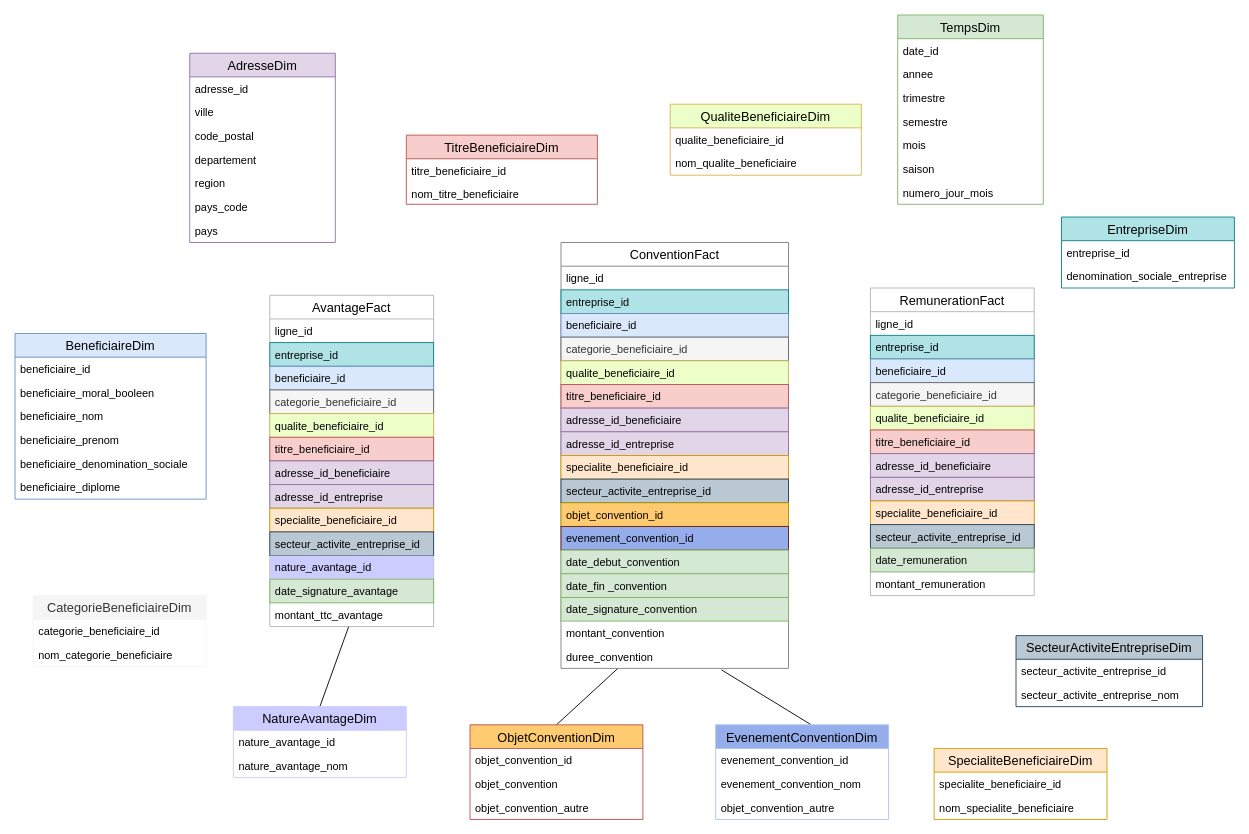
The draw.io diagram doc/img/src/DW_BI_4.drawio in DorianNaaji/Transparence-Sante, before the edit. Source tidied: cells renumbered, new cells numbered last; positions are measured from the earlier drawing's top-left corner, leaving out a move shared by most shapes. Both pictures are drawn from the tidied source at 91%, with x=0, y=0 at pixel (15, 15).
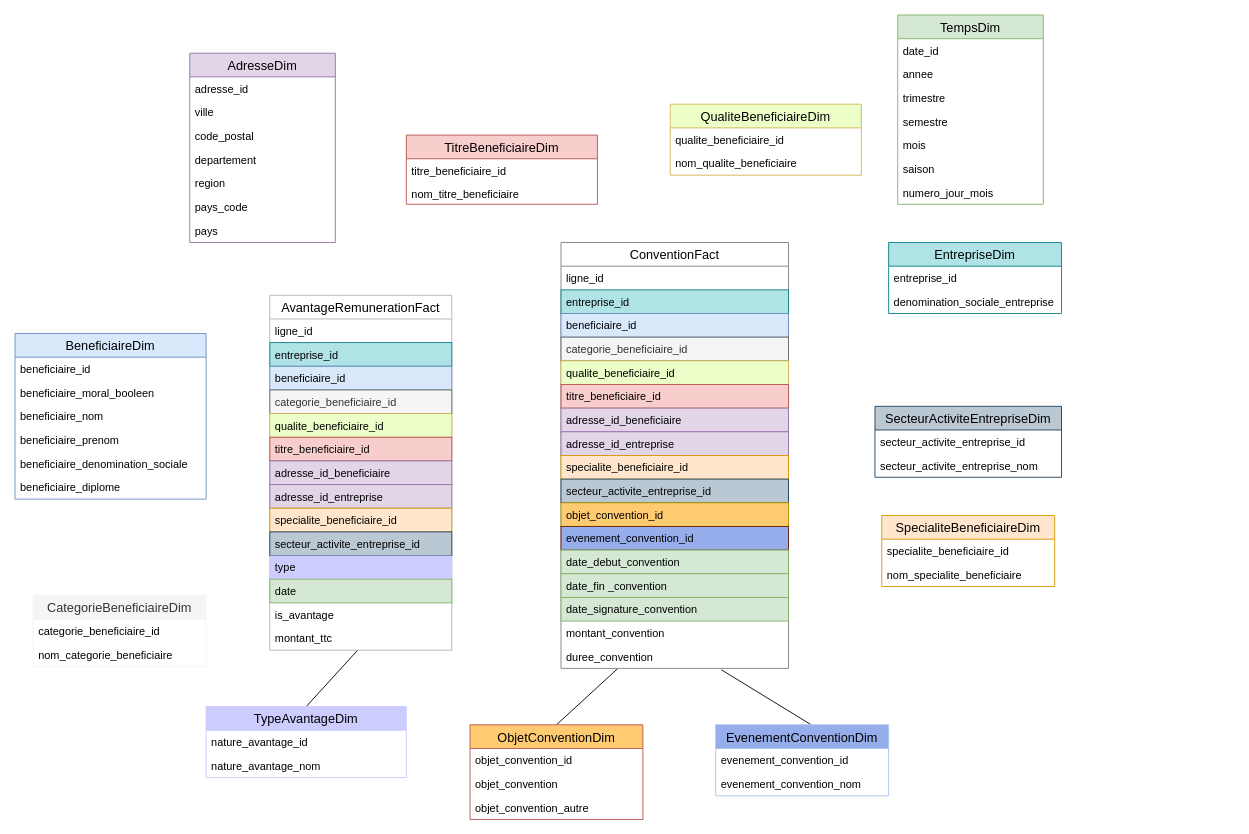
After the change.

Unchanged cells that the change refers to:
```xml
<mxCell id="95" value="BeneficiaireDim" style="swimlane;fontStyle=0;horizontal=1;startSize=26;align=center;fontSize=14;fillColor=#dae8fc;strokeColor=#6c8ebf;" parent="1" vertex="1">
  <mxGeometry y="350" width="210" height="182" as="geometry" />
</mxCell>
<mxCell id="100" value="beneficiaire_denomination_sociale" style="text;strokeColor=none;fillColor=none;spacingLeft=4;spacingRight=4;overflow=hidden;points=[[0,0.5],[1,0.5]];portConstraint=eastwest;fontSize=12;" parent="95" vertex="1">
  <mxGeometry y="130" width="210" height="26" as="geometry" />
</mxCell>
```

The edit, as a diff of the source:
```diff
@@
-    <mxCell id="10" value="AvantageFact" style="swimlane;fontStyle=0;horizontal=1;startSize=26;align=center;fontSize=14;fillColor=none;strokeColor=#B3B3B3;" parent="1" vertex="1">
-      <mxGeometry x="280" y="308" width="180" height="364" as="geometry" />
+    <mxCell id="10" value="AvantageRemunerationFact" style="swimlane;fontStyle=0;horizontal=1;startSize=26;align=center;fontSize=14;fillColor=none;strokeColor=#B3B3B3;" parent="1" vertex="1">
+      <mxGeometry x="280" y="308" width="200" height="390" as="geometry" />
     </mxCell>
     <mxCell id="11" value="ligne_id" style="text;strokeColor=none;fillColor=none;spacingLeft=4;spacingRight=4;overflow=hidden;fontSize=12;" parent="10" vertex="1">
-      <mxGeometry y="26" width="180" height="26" as="geometry" />
+      <mxGeometry y="26" width="200" height="26" as="geometry" />
     </mxCell>
     <mxCell id="12" value="entreprise_id" style="text;strokeColor=#0e8088;fillColor=#b0e3e6;spacingLeft=4;spacingRight=4;overflow=hidden;fontSize=12;" parent="10" vertex="1">
-      <mxGeometry y="52" width="180" height="26" as="geometry" />
+      <mxGeometry y="52" width="200" height="26" as="geometry" />
     </mxCell>
     <mxCell id="13" value="beneficiaire_id" style="text;strokeColor=#6c8ebf;fillColor=#dae8fc;spacingLeft=4;spacingRight=4;overflow=hidden;fontSize=12;" parent="10" vertex="1">
-      <mxGeometry y="78" width="180" height="26" as="geometry" />
+      <mxGeometry y="78" width="200" height="26" as="geometry" />
     </mxCell>
     <mxCell id="14" value="categorie_beneficiaire_id" style="text;strokeColor=#666666;fillColor=#f5f5f5;spacingLeft=4;spacingRight=4;overflow=hidden;fontSize=12;fontColor=#333333;" parent="10" vertex="1">
-      <mxGeometry y="104" width="180" height="26" as="geometry" />
+      <mxGeometry y="104" width="200" height="26" as="geometry" />
     </mxCell>
     <mxCell id="15" value="qualite_beneficiaire_id" style="text;strokeColor=#d6b656;fillColor=#EDFFC9;spacingLeft=4;spacingRight=4;overflow=hidden;fontSize=12;" parent="10" vertex="1">
-      <mxGeometry y="130" width="180" height="26" as="geometry" />
+      <mxGeometry y="130" width="200" height="26" as="geometry" />
     </mxCell>
     <mxCell id="16" value="titre_beneficiaire_id" style="text;strokeColor=#b85450;fillColor=#f8cecc;spacingLeft=4;spacingRight=4;overflow=hidden;fontSize=12;" parent="10" vertex="1">
-      <mxGeometry y="156" width="180" height="26" as="geometry" />
+      <mxGeometry y="156" width="200" height="26" as="geometry" />
     </mxCell>
     <mxCell id="17" value="adresse_id_beneficiaire" style="text;strokeColor=#9673a6;fillColor=#e1d5e7;spacingLeft=4;spacingRight=4;overflow=hidden;fontSize=12;" parent="10" vertex="1">
-      <mxGeometry y="182" width="180" height="26" as="geometry" />
+      <mxGeometry y="182" width="200" height="26" as="geometry" />
     </mxCell>
     <mxCell id="18" value="adresse_id_entreprise" style="text;strokeColor=#9673a6;fillColor=#e1d5e7;spacingLeft=4;spacingRight=4;overflow=hidden;fontSize=12;" parent="10" vertex="1">
-      <mxGeometry y="208" width="180" height="26" as="geometry" />
+      <mxGeometry y="208" width="200" height="26" as="geometry" />
     </mxCell>
     <mxCell id="19" value="specialite_beneficiaire_id" style="text;strokeColor=#d79b00;fillColor=#ffe6cc;spacingLeft=4;spacingRight=4;overflow=hidden;fontSize=12;" parent="10" vertex="1">
-      <mxGeometry y="234" width="180" height="26" as="geometry" />
+      <mxGeometry y="234" width="200" height="26" as="geometry" />
     </mxCell>
     <mxCell id="20" value="secteur_activite_entreprise_id" style="text;strokeColor=#23445d;fillColor=#bac8d3;spacingLeft=4;spacingRight=4;overflow=hidden;fontSize=12;" parent="10" vertex="1">
-      <mxGeometry y="260" width="180" height="26" as="geometry" />
+      <mxGeometry y="260" width="200" height="26" as="geometry" />
     </mxCell>
-    <mxCell id="21" value="nature_avantage_id" style="text;strokeColor=none;fillColor=#CCCCFF;spacingLeft=4;spacingRight=4;overflow=hidden;fontSize=12;" parent="10" vertex="1">
-      <mxGeometry y="286" width="180" height="26" as="geometry" />
+    <mxCell id="21" value="type" style="text;strokeColor=none;fillColor=#CCCCFF;spacingLeft=4;spacingRight=4;overflow=hidden;fontSize=12;" parent="10" vertex="1">
+      <mxGeometry y="286" width="200" height="26" as="geometry" />
     </mxCell>
-    <mxCell id="22" value="date_signature_avantage" style="text;strokeColor=#82b366;fillColor=#d5e8d4;spacingLeft=4;spacingRight=4;overflow=hidden;fontSize=12;" parent="10" vertex="1">
-      <mxGeometry y="312" width="180" height="26" as="geometry" />
+    <mxCell id="22" value="date" style="text;strokeColor=#82b366;fillColor=#d5e8d4;spacingLeft=4;spacingRight=4;overflow=hidden;fontSize=12;" parent="10" vertex="1">
+      <mxGeometry y="312" width="200" height="26" as="geometry" />
     </mxCell>
+    <mxCell id="103" value="is_avantage" style="text;strokeColor=none;fillColor=none;spacingLeft=4;spacingRight=4;overflow=hidden;fontSize=12;" parent="10" vertex="1">
+      <mxGeometry y="338" width="200" height="26" as="geometry" />
+    </mxCell>
-    <mxCell id="23" value="montant_ttc_avantage" style="text;strokeColor=none;fillColor=none;spacingLeft=4;spacingRight=4;overflow=hidden;points=[[0,0.5],[1,0.5]];portConstraint=eastwest;fontSize=12;" parent="10" vertex="1">
-      <mxGeometry y="338" width="180" height="26" as="geometry" />
+    <mxCell id="23" value="montant_ttc" style="text;strokeColor=none;fillColor=none;spacingLeft=4;spacingRight=4;overflow=hidden;points=[[0,0.5],[1,0.5]];portConstraint=eastwest;fontSize=12;" parent="10" vertex="1">
+      <mxGeometry y="364" width="200" height="26" as="geometry" />
     </mxCell>
-    <mxCell id="24" value="RemunerationFact" style="swimlane;fontStyle=0;horizontal=1;startSize=26;align=center;fontSize=14;fillColor=none;strokeColor=#B3B3B3;" parent="1" vertex="1">
-      <mxGeometry x="940" y="300" width="180" height="338" as="geometry" />
-    </mxCell>
-    <mxCell id="25" value="ligne_id" style="text;strokeColor=none;fillColor=none;spacingLeft=4;spacingRight=4;overflow=hidden;fontSize=12;" parent="24" vertex="1">
-      <mxGeometry y="26" width="180" height="26" as="geometry" />
-    </mxCell>
-    <mxCell id="26" value="entreprise_id" style="text;strokeColor=#0e8088;fillColor=#b0e3e6;spacingLeft=4;spacingRight=4;overflow=hidden;fontSize=12;" parent="24" vertex="1">
-      <mxGeometry y="52" width="180" height="26" as="geometry" />
-    </mxCell>
-    <mxCell id="27" value="beneficiaire_id" style="text;strokeColor=#6c8ebf;fillColor=#dae8fc;spacingLeft=4;spacingRight=4;overflow=hidden;fontSize=12;" parent="24" vertex="1">
-      <mxGeometry y="78" width="180" height="26" as="geometry" />
-    </mxCell>
-    <mxCell id="28" value="categorie_beneficiaire_id" style="text;strokeColor=#666666;fillColor=#f5f5f5;spacingLeft=4;spacingRight=4;overflow=hidden;fontSize=12;fontColor=#333333;" parent="24" vertex="1">
-      <mxGeometry y="104" width="180" height="26" as="geometry" />
-    </mxCell>
-    <mxCell id="29" value="qualite_beneficiaire_id" style="text;strokeColor=#d6b656;fillColor=#EDFFC9;spacingLeft=4;spacingRight=4;overflow=hidden;fontSize=12;" parent="24" vertex="1">
-      <mxGeometry y="130" width="180" height="26" as="geometry" />
-    </mxCell>
-    <mxCell id="30" value="titre_beneficiaire_id" style="text;strokeColor=#b85450;fillColor=#f8cecc;spacingLeft=4;spacingRight=4;overflow=hidden;fontSize=12;" parent="24" vertex="1">
-      <mxGeometry y="156" width="180" height="26" as="geometry" />
-    </mxCell>
-    <mxCell id="31" value="adresse_id_beneficiaire" style="text;strokeColor=#9673a6;fillColor=#e1d5e7;spacingLeft=4;spacingRight=4;overflow=hidden;fontSize=12;" parent="24" vertex="1">
-      <mxGeometry y="182" width="180" height="26" as="geometry" />
-    </mxCell>
-    <mxCell id="32" value="adresse_id_entreprise" style="text;strokeColor=#9673a6;fillColor=#e1d5e7;spacingLeft=4;spacingRight=4;overflow=hidden;fontSize=12;" parent="24" vertex="1">
-      <mxGeometry y="208" width="180" height="26" as="geometry" />
-    </mxCell>
-    <mxCell id="33" value="specialite_beneficiaire_id" style="text;strokeColor=#d79b00;fillColor=#ffe6cc;spacingLeft=4;spacingRight=4;overflow=hidden;fontSize=12;" parent="24" vertex="1">
-      <mxGeometry y="234" width="180" height="26" as="geometry" />
-    </mxCell>
-    <mxCell id="34" value="secteur_activite_entreprise_id" style="text;strokeColor=#23445d;fillColor=#bac8d3;spacingLeft=4;spacingRight=4;overflow=hidden;fontSize=12;" parent="24" vertex="1">
-      <mxGeometry y="260" width="180" height="26" as="geometry" />
-    </mxCell>
-    <mxCell id="35" value="date_remuneration" style="text;strokeColor=#82b366;fillColor=#d5e8d4;spacingLeft=4;spacingRight=4;overflow=hidden;fontSize=12;" parent="24" vertex="1">
-      <mxGeometry y="286" width="180" height="26" as="geometry" />
-    </mxCell>
-    <mxCell id="36" value="montant_remuneration" style="text;strokeColor=none;fillColor=none;spacingLeft=4;spacingRight=4;overflow=hidden;fontSize=12;" parent="24" vertex="1">
-      <mxGeometry y="312" width="180" height="26" as="geometry" />
-    </mxCell>
@@
-    <mxCell id="38" value="NatureAvantageDim" style="swimlane;fontStyle=0;horizontal=1;startSize=26;align=center;fontSize=14;strokeColor=#CCCCFF;fillColor=#CCCCFF;" parent="1" vertex="1">
-      <mxGeometry x="240" y="760" width="190" height="78" as="geometry" />
+    <mxCell id="38" value="TypeAvantageDim" style="swimlane;fontStyle=0;horizontal=1;startSize=26;align=center;fontSize=14;strokeColor=#CCCCFF;fillColor=#CCCCFF;" parent="1" vertex="1">
+      <mxGeometry x="210" y="760" width="220" height="78" as="geometry" />
     </mxCell>
     <mxCell id="39" value="nature_avantage_id" style="text;strokeColor=none;fillColor=none;spacingLeft=4;spacingRight=4;overflow=hidden;fontSize=12;" parent="38" vertex="1">
-      <mxGeometry y="26" width="190" height="26" as="geometry" />
+      <mxGeometry y="26" width="220" height="26" as="geometry" />
     </mxCell>
     <mxCell id="40" value="nature_avantage_nom" style="text;strokeColor=none;fillColor=none;spacingLeft=4;spacingRight=4;overflow=hidden;fontSize=12;" parent="38" vertex="1">
-      <mxGeometry y="52" width="190" height="26" as="geometry" />
+      <mxGeometry y="52" width="220" height="26" as="geometry" />
     </mxCell>
@@
     <mxCell id="61" value="SecteurActiviteEntrepriseDim" style="swimlane;fontStyle=0;horizontal=1;startSize=26;align=center;fontSize=14;fillColor=#bac8d3;strokeColor=#23445d;" parent="1" vertex="1">
-      <mxGeometry x="1100" y="682" width="205" height="78" as="geometry" />
+      <mxGeometry x="945" y="430" width="205" height="78" as="geometry" />
     </mxCell>
@@
     <mxCell id="64" value="SpecialiteBeneficiaireDim" style="swimlane;fontStyle=0;horizontal=1;startSize=26;align=center;fontSize=14;strokeColor=#d79b00;fillColor=#FFE6CC;" parent="1" vertex="1">
-      <mxGeometry x="1010" y="806" width="190" height="78" as="geometry" />
+      <mxGeometry x="952.5" y="550" width="190" height="78" as="geometry" />
     </mxCell>
@@
     <mxCell id="85" value="EntrepriseDim" style="swimlane;fontStyle=0;horizontal=1;startSize=26;align=center;fontSize=14;fillColor=#b0e3e6;strokeColor=#0e8088;" parent="1" vertex="1">
-      <mxGeometry x="1150" y="222" width="190" height="78" as="geometry" />
+      <mxGeometry x="960" y="250" width="190" height="78" as="geometry" />
     </mxCell>
@@
     <mxCell id="88" value="EvenementConventionDim" style="swimlane;fontStyle=0;horizontal=1;startSize=26;align=center;fontSize=14;strokeColor=#A9C4EB;fillColor=#96ADEB;" parent="1" vertex="1">
-      <mxGeometry x="770" y="780" width="190" height="104" as="geometry" />
+      <mxGeometry x="770" y="780" width="190" height="78" as="geometry" />
     </mxCell>
@@
-    <mxCell id="91" value="objet_convention_autre" style="text;strokeColor=none;fillColor=none;spacingLeft=4;spacingRight=4;overflow=hidden;fontSize=12;" parent="88" vertex="1">
-      <mxGeometry y="78" width="190" height="26" as="geometry" />
-    </mxCell>
@@
-    <mxCell id="101" style="edgeStyle=orthogonalEdgeStyle;rounded=0;orthogonalLoop=1;jettySize=auto;html=1;exitX=1;exitY=0.5;exitDx=0;exitDy=0;" parent="95" edge="1" source="100" target="100">
-      <mxGeometry relative="1" as="geometry" />
-    </mxCell>
```
